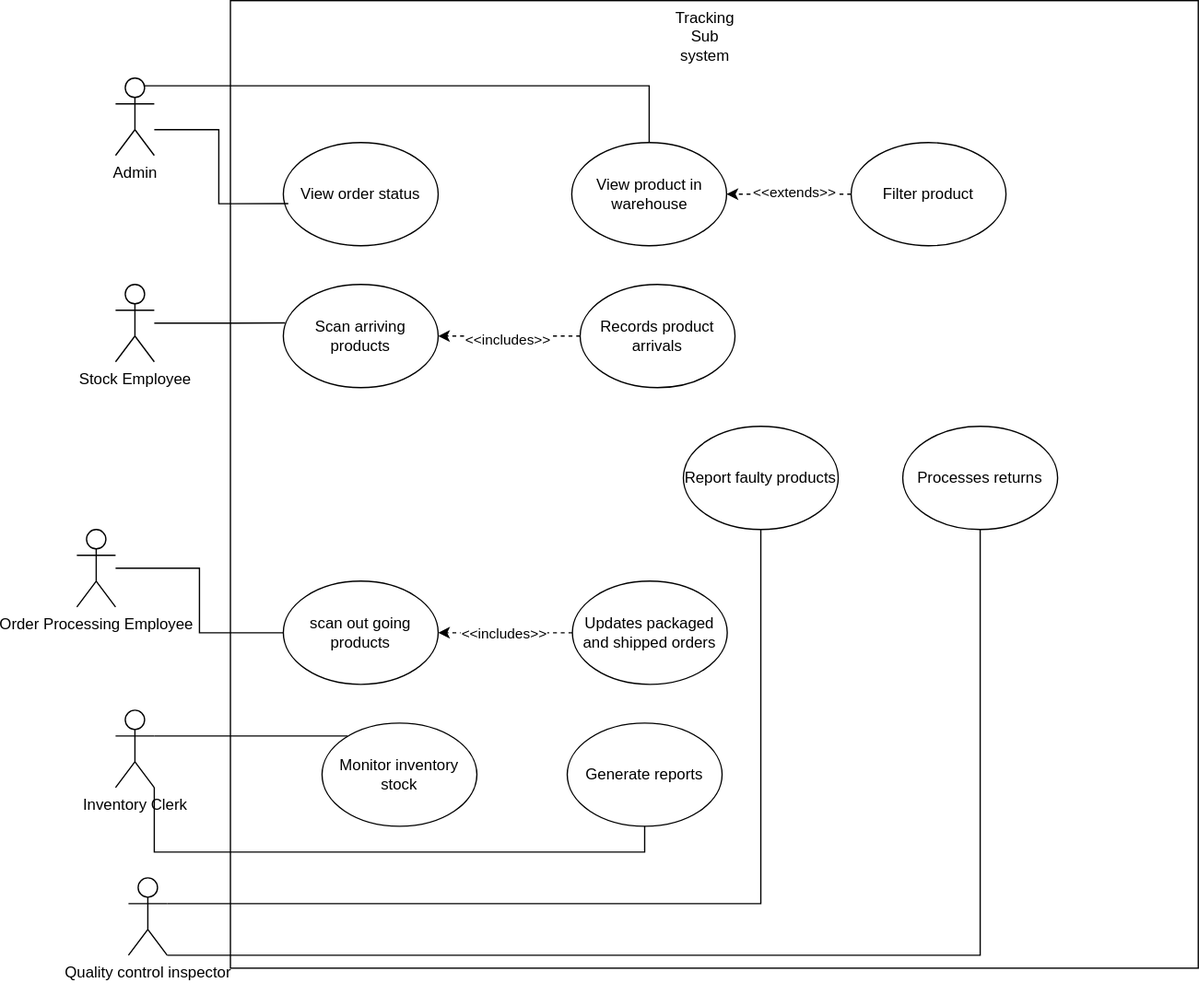
This is tracking.svg from Simamkele88/IFM3_GP, a draw.io export, as it was before one commit. Source tidied: cells renumbered, new cells last; positions are measured from the earlier drawing's top-left corner, leaving out a move shared by most shapes.
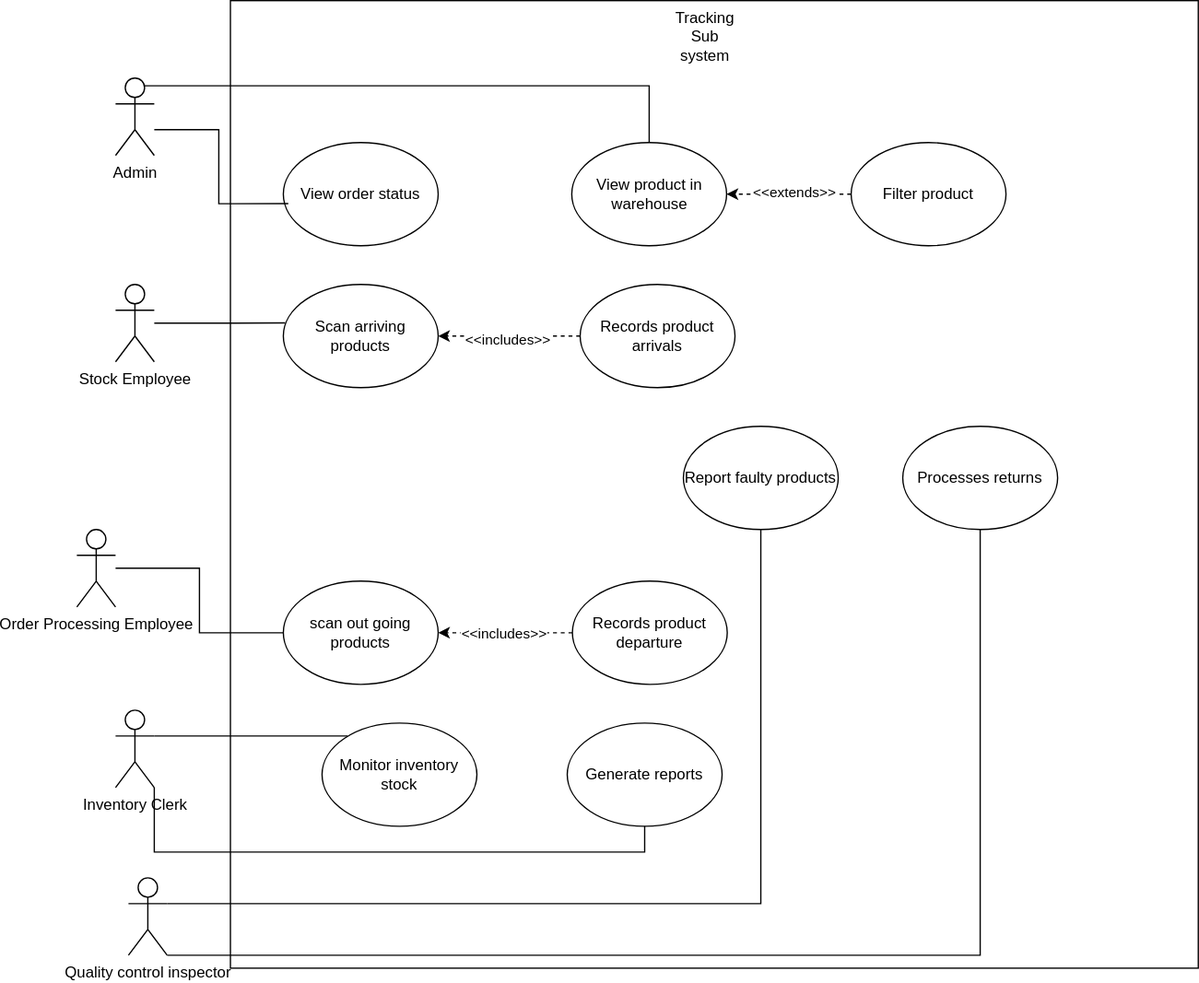
After the commit.

The edit, as a diff of the source:
```diff
@@ -71,7 +71,7 @@
     <mxCell id="24" value="&amp;lt;&amp;lt;includes&amp;gt;&amp;gt;" style="edgeLabel;html=1;align=center;verticalAlign=middle;" parent="23" vertex="1">
       <mxGeometry x="0.03" relative="1" as="geometry" />
     </mxCell>
-    <mxCell id="25" value="Updates packaged and shipped orders" style="ellipse;whiteSpace=wrap;html=1;" parent="1" vertex="1">
+    <mxCell id="25" value="Records product departure" style="ellipse;whiteSpace=wrap;html=1;" parent="1" vertex="1">
       <mxGeometry x="384" y="450" width="120" height="80" as="geometry" />
     </mxCell>
     <mxCell id="26" style="edgeStyle=orthogonalEdgeStyle;rounded=0;jettySize=auto;html=1;exitX=1;exitY=0.3333333333333333;exitDx=0;exitDy=0;exitPerimeter=0;entryX=0.5;entryY=1;entryDx=0;entryDy=0;endArrow=none;startFill=0;" parent="1" edge="1" source="28" target="19">
```
